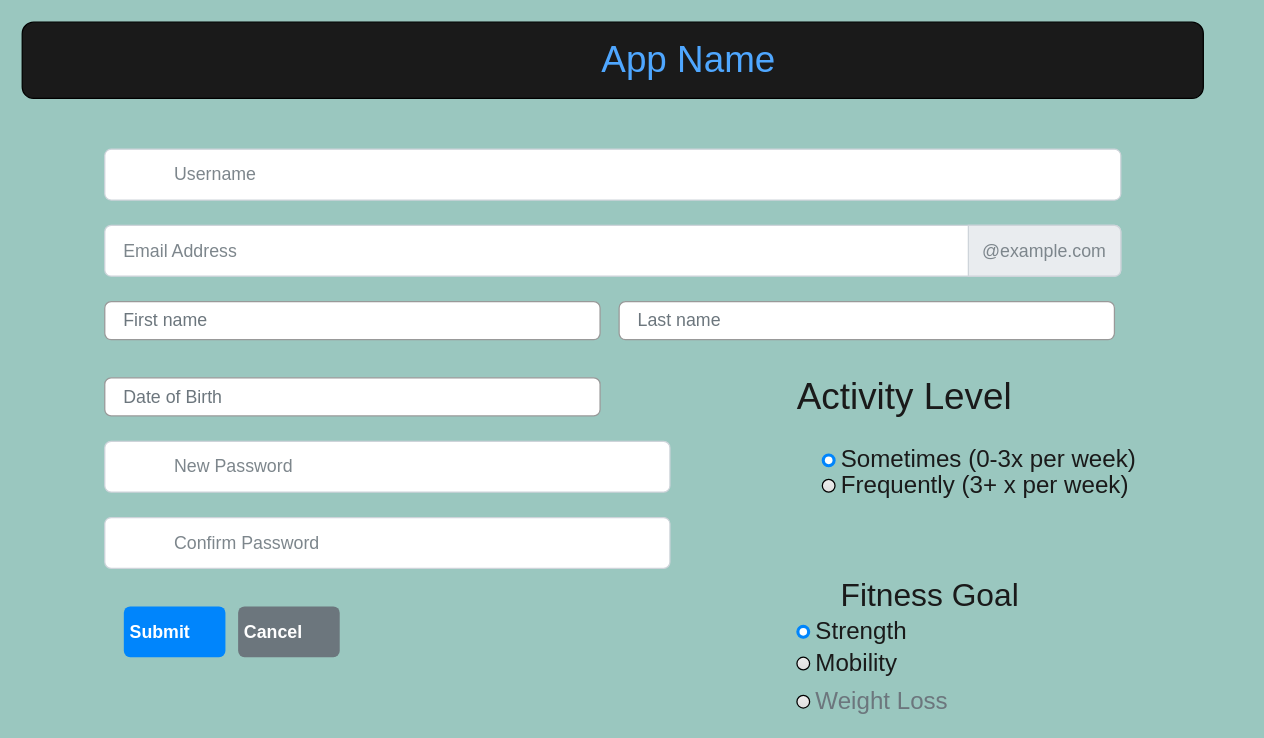
ashmiller002/codercizers keeps this draw.io diagram as page "Account" (3 of 9) of Untitled Diagram.drawio. Above is the earlier version. Source tidied: cells renumbered, new cells numbered last; positions are measured from the earlier drawing's top-left corner, leaving out a move shared by most shapes. Both pictures are drawn from the tidied source at 127%, with x=0, y=0 at pixel (22, 22).
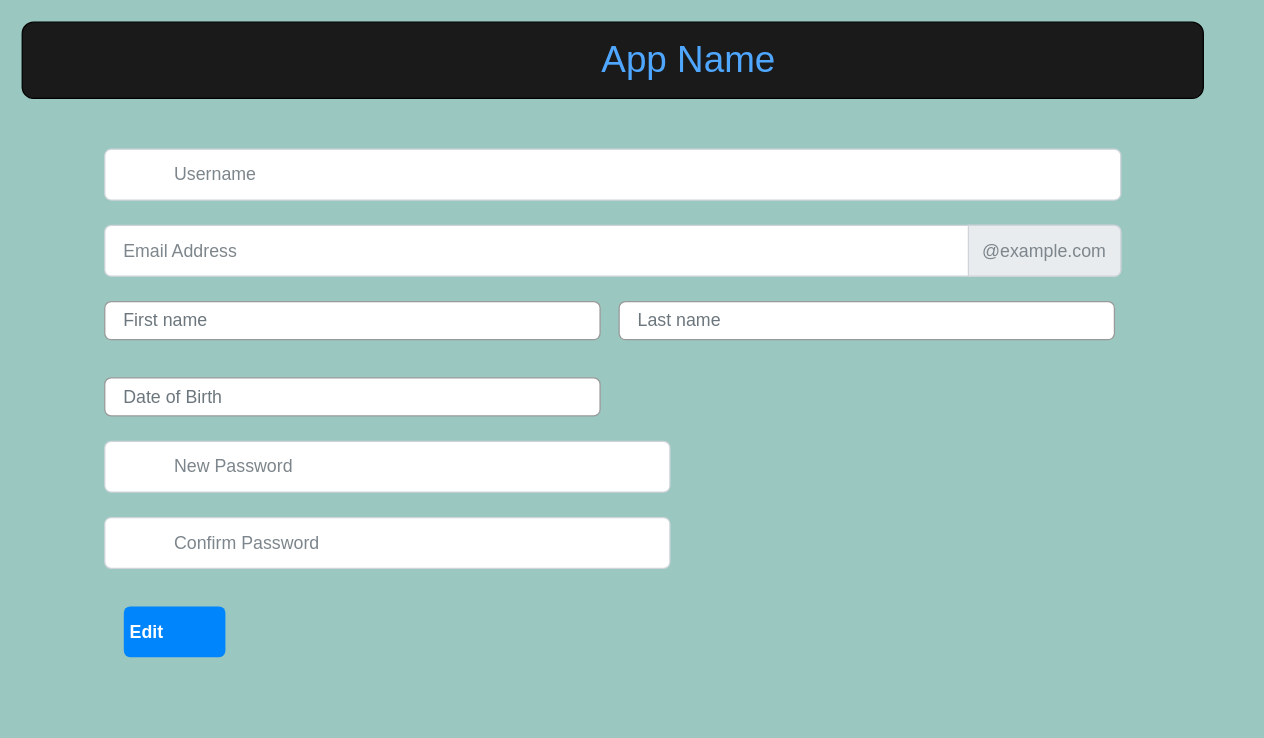
The same page after the edit.

The edit, as a diff of the source:
```diff
@@
-    <mxCell id="13" value="Submit" style="html=1;shadow=0;dashed=0;shape=mxgraph.bootstrap.rrect;rSize=5;strokeColor=none;strokeWidth=1;fillColor=#0085FC;fontColor=#FFFFFF;whiteSpace=wrap;align=left;verticalAlign=middle;spacingLeft=0;fontStyle=1;fontSize=14;spacing=5;" parent="1" vertex="1">
+    <mxCell id="13" value="Edit" style="html=1;shadow=0;dashed=0;shape=mxgraph.bootstrap.rrect;rSize=5;strokeColor=none;strokeWidth=1;fillColor=#0085FC;fontColor=#FFFFFF;whiteSpace=wrap;align=left;verticalAlign=middle;spacingLeft=0;fontStyle=1;fontSize=14;spacing=5;" parent="1" vertex="1">
       <mxGeometry x="80" y="460" width="80" height="40" as="geometry" />
     </mxCell>
-    <mxCell id="14" value="Cancel" style="html=1;shadow=0;dashed=0;shape=mxgraph.bootstrap.rrect;rSize=5;strokeColor=none;strokeWidth=1;fillColor=#6C767D;fontColor=#FFFFFF;whiteSpace=wrap;align=left;verticalAlign=middle;spacingLeft=0;fontStyle=1;fontSize=14;spacing=5;" parent="1" vertex="1">
-      <mxGeometry x="170" y="460" width="80" height="40" as="geometry" />
-    </mxCell>
-    <mxCell id="15" style="group;fontSize=11;" parent="1" vertex="1">
-      <mxGeometry x="600" y="285" width="300" height="105" as="geometry" />
-    </mxCell>
-    <mxCell id="16" value="Activity Level" style="text;html=1;strokeColor=none;fillColor=none;align=center;verticalAlign=middle;whiteSpace=wrap;rounded=0;fontSize=29;fontColor=#1A1A1A;" parent="15" vertex="1">
-      <mxGeometry width="190" height="20" as="geometry" />
-    </mxCell>
-    <mxCell id="17" value="Sometimes (0-3x per week)" style="html=1;shadow=0;dashed=0;shape=mxgraph.bootstrap.radioButton2;labelPosition=right;verticalLabelPosition=middle;align=left;verticalAlign=middle;gradientColor=#DEDEDE;fillColor=#EDEDED;checked=1;spacing=5;checkedFill=#0085FC;checkedStroke=#ffffff;fontSize=19;fontColor=#1A1A1A;" parent="15" vertex="1">
-      <mxGeometry x="30" y="55" width="10" height="10" as="geometry" />
-    </mxCell>
-    <mxCell id="18" value="Frequently (3+ x per week)" style="html=1;shadow=0;dashed=0;shape=mxgraph.bootstrap.radioButton2;labelPosition=right;verticalLabelPosition=middle;align=left;verticalAlign=middle;gradientColor=#DEDEDE;fillColor=#EDEDED;checked=0;spacing=5;checkedFill=#0085FC;checkedStroke=#ffffff;fontSize=19;fontColor=#1A1A1A;" parent="15" vertex="1">
-      <mxGeometry x="30" y="75" width="10" height="10" as="geometry" />
-    </mxCell>
-    <mxCell id="19" value="Strength" style="html=1;shadow=0;dashed=0;shape=mxgraph.bootstrap.radioButton2;labelPosition=right;verticalLabelPosition=middle;align=left;verticalAlign=middle;gradientColor=#DEDEDE;fillColor=#EDEDED;checked=1;spacing=5;checkedFill=#0085FC;checkedStroke=#ffffff;fontSize=19;fontColor=#1A1A1A;" parent="1" vertex="1">
-      <mxGeometry x="610" y="475" width="10" height="10" as="geometry" />
-    </mxCell>
-    <mxCell id="20" value="Mobility" style="html=1;shadow=0;dashed=0;shape=mxgraph.bootstrap.radioButton2;labelPosition=right;verticalLabelPosition=middle;align=left;verticalAlign=middle;gradientColor=#DEDEDE;fillColor=#EDEDED;checked=0;spacing=5;checkedFill=#0085FC;checkedStroke=#ffffff;fontSize=19;fontColor=#1A1A1A;" parent="1" vertex="1">
-      <mxGeometry x="610" y="500" width="10" height="10" as="geometry" />
-    </mxCell>
-    <mxCell id="21" value="Weight Loss" style="html=1;shadow=0;dashed=0;shape=mxgraph.bootstrap.radioButton2;labelPosition=right;verticalLabelPosition=middle;align=left;verticalAlign=middle;gradientColor=#DEDEDE;fillColor=#EDEDED;checked=0;spacing=5;fontColor=#6C767D;checkedFill=#0085FC;checkedStroke=#ffffff;fontSize=19;" parent="1" vertex="1">
-      <mxGeometry x="610" y="530" width="10" height="10" as="geometry" />
-    </mxCell>
-    <mxCell id="22" value="Fitness Goal" style="text;html=1;strokeColor=none;fillColor=none;align=center;verticalAlign=middle;whiteSpace=wrap;rounded=0;fontSize=25;fontColor=#1A1A1A;" parent="1" vertex="1">
-      <mxGeometry x="620" y="440" width="190" height="20" as="geometry" />
-    </mxCell>
```
